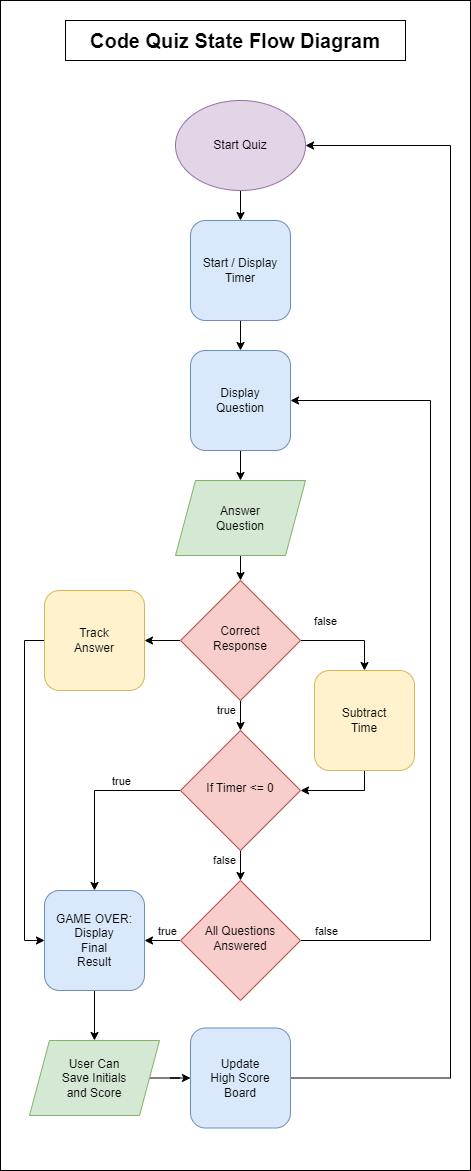
Above: Assets/img/Code Quiz State Diagram v3.png in naturuplift/CodeQuiz (draw.io), before the change. Source tidied: cells renumbered, new cells last; positions are measured from the earlier drawing's top-left corner, leaving out a move shared by most shapes.
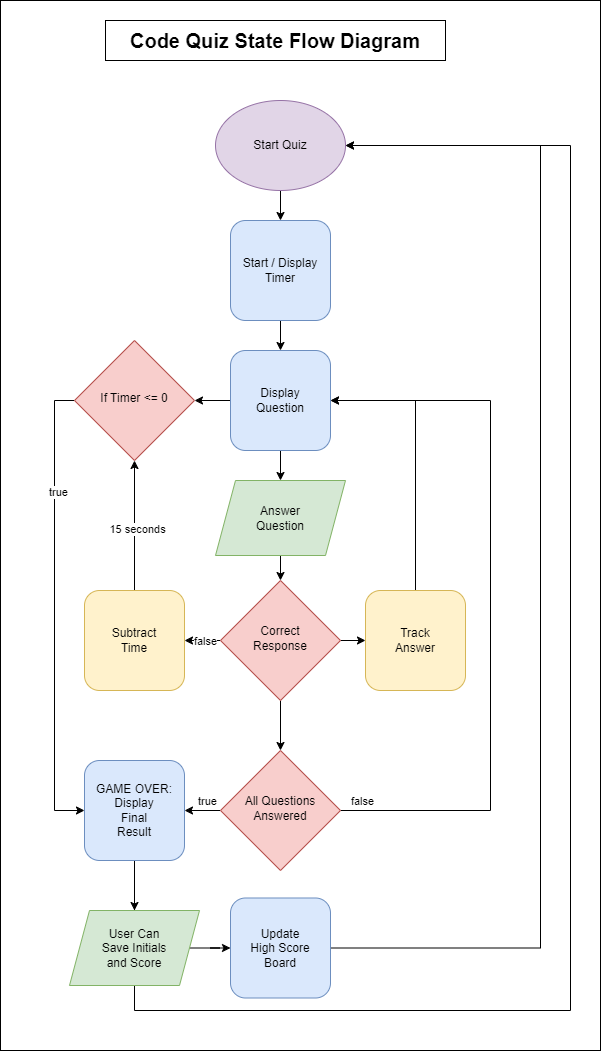
After the commit.

What changed in the source:
```diff
@@ -3,30 +3,23 @@
     <mxCell id="0" />
     <mxCell id="1" parent="0" />
     <mxCell id="2" style="rounded=0;whiteSpace=wrap;html=1;" parent="1" vertex="1">
-      <mxGeometry width="470" height="1170" as="geometry" />
+      <mxGeometry x="-40" width="600" height="1050" as="geometry" />
     </mxCell>
     <mxCell id="3" style="edgeStyle=orthogonalEdgeStyle;rounded=0;jettySize=auto;html=1;exitX=0.5;exitY=1;exitDx=0;exitDy=0;entryX=0.5;entryY=0;entryDx=0;entryDy=0;" parent="1" edge="1" source="29" target="28">
       <mxGeometry relative="1" as="geometry" />
     </mxCell>
-    <mxCell id="4" style="edgeStyle=orthogonalEdgeStyle;rounded=0;jettySize=auto;html=1;exitX=1;exitY=0.5;exitDx=0;exitDy=0;entryX=0.5;entryY=0;entryDx=0;entryDy=0;" parent="1" edge="1" source="9" target="21">
+    <mxCell id="4" style="edgeStyle=orthogonalEdgeStyle;rounded=0;jettySize=auto;html=1;exitX=0;exitY=0.5;exitDx=0;exitDy=0;entryX=1;entryY=0.5;entryDx=0;entryDy=0;" parent="1" edge="1" source="9" target="21">
       <mxGeometry relative="1" as="geometry" />
     </mxCell>
-    <mxCell id="5" value="false" style="edgeLabel;html=1;align=center;verticalAlign=middle;" parent="4" vertex="1">
-      <mxGeometry x="-0.27" relative="1" as="geometry">
-        <mxPoint x="-10" y="-20" as="offset" />
-      </mxGeometry>
-    </mxCell>
-    <mxCell id="6" style="edgeStyle=orthogonalEdgeStyle;rounded=0;jettySize=auto;html=1;exitX=0.5;exitY=1;exitDx=0;exitDy=0;entryX=0.5;entryY=0;entryDx=0;entryDy=0;" parent="1" edge="1" source="9" target="19">
-      <mxGeometry relative="1" as="geometry" />
-    </mxCell>
-    <mxCell id="7" value="true" style="edgeLabel;html=1;align=center;verticalAlign=middle;" parent="6" vertex="1">
-      <mxGeometry x="-0.2" y="-1" relative="1" as="geometry">
-        <mxPoint x="-14" y="-3" as="offset" />
-      </mxGeometry>
-    </mxCell>
+    <mxCell id="38" value="false" style="edgeLabel;html=1;align=center;verticalAlign=middle;" parent="4" vertex="1">
+      <mxGeometry x="-0.11" relative="1" as="geometry" />
+    </mxCell>
-    <mxCell id="8" style="edgeStyle=orthogonalEdgeStyle;rounded=0;jettySize=auto;html=1;exitX=0;exitY=0.5;exitDx=0;exitDy=0;entryX=1;entryY=0.5;entryDx=0;entryDy=0;" parent="1" edge="1" source="9" target="35">
+    <mxCell id="8" style="edgeStyle=orthogonalEdgeStyle;rounded=0;jettySize=auto;html=1;exitX=1;exitY=0.5;exitDx=0;exitDy=0;entryX=0;entryY=0.5;entryDx=0;entryDy=0;" parent="1" edge="1" source="9" target="35">
       <mxGeometry relative="1" as="geometry" />
     </mxCell>
+    <mxCell id="39" style="edgeStyle=orthogonalEdgeStyle;rounded=0;jettySize=auto;html=1;exitX=0.5;exitY=1;exitDx=0;exitDy=0;entryX=0.5;entryY=0;entryDx=0;entryDy=0;" parent="1" edge="1" source="9" target="14">
+      <mxGeometry relative="1" as="geometry" />
+    </mxCell>
     <mxCell id="9" value="Correct&lt;br&gt;Response" style="rhombus;whiteSpace=wrap;html=1;shadow=0;fontFamily=Helvetica;fontSize=12;align=center;strokeWidth=1;spacing=6;spacingTop=-4;fillColor=#f8cecc;strokeColor=#b85450;" parent="1" vertex="1">
       <mxGeometry x="180" y="580" width="120" height="120" as="geometry" />
     </mxCell>
@@ -41,8 +34,8 @@
     <mxCell id="12" style="edgeStyle=orthogonalEdgeStyle;rounded=0;jettySize=auto;html=1;exitX=1;exitY=0.5;exitDx=0;exitDy=0;entryX=1;entryY=0.5;entryDx=0;entryDy=0;" parent="1" edge="1" source="14" target="23">
       <mxGeometry relative="1" as="geometry">
         <Array as="points">
-          <mxPoint x="430" y="940" />
-          <mxPoint x="430" y="400" />
+          <mxPoint x="450" y="810" />
+          <mxPoint x="450" y="400" />
         </Array>
       </mxGeometry>
     </mxCell>
@@ -52,44 +45,49 @@
       </mxGeometry>
     </mxCell>
     <mxCell id="14" value="All Questions&lt;br&gt;Answered" style="rhombus;whiteSpace=wrap;html=1;shadow=0;fontFamily=Helvetica;fontSize=12;align=center;strokeWidth=1;spacing=6;spacingTop=-4;fillColor=#f8cecc;strokeColor=#b85450;" parent="1" vertex="1">
-      <mxGeometry x="180" y="880" width="120" height="120" as="geometry" />
+      <mxGeometry x="180" y="750" width="120" height="120" as="geometry" />
     </mxCell>
-    <mxCell id="15" style="edgeStyle=orthogonalEdgeStyle;rounded=0;jettySize=auto;html=1;exitX=0.5;exitY=1;exitDx=0;exitDy=0;entryX=0.5;entryY=0;entryDx=0;entryDy=0;" parent="1" edge="1" source="19" target="14">
-      <mxGeometry relative="1" as="geometry" />
-    </mxCell>
-    <mxCell id="16" value="false" style="edgeLabel;html=1;align=center;verticalAlign=middle;" parent="15" vertex="1">
-      <mxGeometry relative="1" as="geometry">
-        <mxPoint x="-17" y="-6" as="offset" />
-      </mxGeometry>
-    </mxCell>
-    <mxCell id="17" style="edgeStyle=orthogonalEdgeStyle;rounded=0;jettySize=auto;html=1;exitX=0;exitY=0.5;exitDx=0;exitDy=0;entryX=0.5;entryY=0;entryDx=0;entryDy=0;" parent="1" edge="1" source="19" target="25">
+    <mxCell id="17" style="edgeStyle=orthogonalEdgeStyle;rounded=0;jettySize=auto;html=1;exitX=0;exitY=0.5;exitDx=0;exitDy=0;entryX=0;entryY=0.5;entryDx=0;entryDy=0;" parent="1" edge="1" source="19" target="25">
       <mxGeometry relative="1" as="geometry" />
     </mxCell>
-    <mxCell id="18" value="true" style="edgeLabel;html=1;align=center;verticalAlign=middle;" parent="17" vertex="1">
-      <mxGeometry x="0.03" y="-1" relative="1" as="geometry">
-        <mxPoint x="27" y="-20" as="offset" />
-      </mxGeometry>
-    </mxCell>
+    <mxCell id="40" value="true" style="edgeLabel;html=1;align=center;verticalAlign=middle;" parent="17" vertex="1">
+      <mxGeometry x="-0.52" y="3" relative="1" as="geometry" />
+    </mxCell>
     <mxCell id="19" value="If Timer &amp;lt;= 0" style="rhombus;whiteSpace=wrap;html=1;shadow=0;fontFamily=Helvetica;fontSize=12;align=center;strokeWidth=1;spacing=6;spacingTop=-4;fillColor=#f8cecc;strokeColor=#b85450;" parent="1" vertex="1">
-      <mxGeometry x="180" y="730" width="120" height="120" as="geometry" />
+      <mxGeometry x="34" y="340" width="120" height="120" as="geometry" />
     </mxCell>
-    <mxCell id="20" style="edgeStyle=orthogonalEdgeStyle;rounded=0;jettySize=auto;html=1;exitX=0.5;exitY=1;exitDx=0;exitDy=0;entryX=1;entryY=0.5;entryDx=0;entryDy=0;" parent="1" edge="1" source="21" target="19">
+    <mxCell id="20" style="edgeStyle=orthogonalEdgeStyle;rounded=0;jettySize=auto;html=1;exitX=0.5;exitY=0;exitDx=0;exitDy=0;entryX=0.5;entryY=1;entryDx=0;entryDy=0;" parent="1" edge="1" source="21" target="19">
       <mxGeometry relative="1" as="geometry" />
     </mxCell>
+    <mxCell id="41" value="15 seconds" style="edgeLabel;html=1;align=center;verticalAlign=middle;" parent="20" vertex="1">
+      <mxGeometry x="-0.05" y="-2" relative="1" as="geometry" />
+    </mxCell>
     <mxCell id="21" value="Subtract&lt;br&gt;Time" style="rounded=1;whiteSpace=wrap;html=1;fontSize=12;glass=0;strokeWidth=1;shadow=0;fillColor=#fff2cc;strokeColor=#d6b656;" parent="1" vertex="1">
-      <mxGeometry x="314" y="670" width="100" height="100" as="geometry" />
+      <mxGeometry x="44" y="590" width="100" height="100" as="geometry" />
     </mxCell>
     <mxCell id="22" style="edgeStyle=orthogonalEdgeStyle;rounded=0;jettySize=auto;html=1;exitX=0.5;exitY=1;exitDx=0;exitDy=0;entryX=0.5;entryY=0;entryDx=0;entryDy=0;" parent="1" edge="1" source="23" target="31">
       <mxGeometry relative="1" as="geometry" />
     </mxCell>
+    <mxCell id="42" style="edgeStyle=orthogonalEdgeStyle;rounded=0;jettySize=auto;html=1;exitX=0;exitY=0.5;exitDx=0;exitDy=0;entryX=1;entryY=0.5;entryDx=0;entryDy=0;" parent="1" edge="1" source="23" target="19">
+      <mxGeometry relative="1" as="geometry" />
+    </mxCell>
     <mxCell id="23" value="Display&lt;br&gt;Question" style="rounded=1;whiteSpace=wrap;html=1;fontSize=12;glass=0;strokeWidth=1;shadow=0;fillColor=#dae8fc;strokeColor=#6c8ebf;" parent="1" vertex="1">
       <mxGeometry x="190" y="350" width="100" height="100" as="geometry" />
     </mxCell>
     <mxCell id="24" style="edgeStyle=orthogonalEdgeStyle;rounded=0;jettySize=auto;html=1;exitX=0.5;exitY=1;exitDx=0;exitDy=0;entryX=0.5;entryY=0;entryDx=0;entryDy=0;" parent="1" edge="1" source="25" target="33">
       <mxGeometry relative="1" as="geometry" />
     </mxCell>
+    <mxCell id="43" style="edgeStyle=orthogonalEdgeStyle;rounded=0;jettySize=auto;html=1;exitX=0.5;exitY=1;exitDx=0;exitDy=0;entryX=1;entryY=0.5;entryDx=0;entryDy=0;" parent="1" edge="1" source="25" target="29">
+      <mxGeometry relative="1" as="geometry">
+        <Array as="points">
+          <mxPoint x="94" y="1010" />
+          <mxPoint x="530" y="1010" />
+          <mxPoint x="530" y="145" />
+        </Array>
+      </mxGeometry>
+    </mxCell>
     <mxCell id="25" value="GAME OVER:&lt;br&gt;Display&lt;br&gt;Final&lt;br&gt;Result" style="rounded=1;whiteSpace=wrap;html=1;fontSize=12;glass=0;strokeWidth=1;shadow=0;fillColor=#dae8fc;strokeColor=#6c8ebf;" parent="1" vertex="1">
-      <mxGeometry x="44" y="890" width="100" height="100" as="geometry" />
+      <mxGeometry x="44" y="760" width="100" height="100" as="geometry" />
     </mxCell>
     <mxCell id="26" value="&lt;b&gt;&lt;font style=&quot;font-size: 20px;&quot;&gt;Code Quiz State Flow Diagram&lt;/font&gt;&lt;/b&gt;" style="rounded=0;whiteSpace=wrap;html=1;" parent="1" vertex="1">
       <mxGeometry x="65" y="20" width="340" height="40" as="geometry" />
@@ -113,24 +111,24 @@
       <mxGeometry relative="1" as="geometry" />
     </mxCell>
     <mxCell id="33" value="User Can&lt;br&gt;Save Initials&lt;br&gt;and Score" style="shape=parallelogram;perimeter=parallelogramPerimeter;whiteSpace=wrap;html=1;fixedSize=1;fillColor=#d5e8d4;strokeColor=#82b366;" parent="1" vertex="1">
-      <mxGeometry x="29" y="1040" width="130" height="75" as="geometry" />
+      <mxGeometry x="29" y="910" width="130" height="75" as="geometry" />
     </mxCell>
-    <mxCell id="34" style="edgeStyle=orthogonalEdgeStyle;rounded=0;jettySize=auto;html=1;exitX=0;exitY=0.5;exitDx=0;exitDy=0;entryX=0;entryY=0.5;entryDx=0;entryDy=0;" parent="1" edge="1" source="35" target="25">
-      <mxGeometry relative="1" as="geometry" />
-    </mxCell>
+    <mxCell id="44" style="edgeStyle=orthogonalEdgeStyle;rounded=0;jettySize=auto;html=1;exitX=0.5;exitY=0;exitDx=0;exitDy=0;entryX=1;entryY=0.5;entryDx=0;entryDy=0;" parent="1" edge="1" source="35" target="23">
+      <mxGeometry relative="1" as="geometry" />
+    </mxCell>
     <mxCell id="35" value="Track&lt;br&gt;Answer" style="rounded=1;whiteSpace=wrap;html=1;fontSize=12;glass=0;strokeWidth=1;shadow=0;fillColor=#fff2cc;strokeColor=#d6b656;" parent="1" vertex="1">
-      <mxGeometry x="44" y="590" width="100" height="100" as="geometry" />
+      <mxGeometry x="325" y="590" width="100" height="100" as="geometry" />
     </mxCell>
     <mxCell id="36" style="edgeStyle=orthogonalEdgeStyle;rounded=0;jettySize=auto;html=1;exitX=1;exitY=0.5;exitDx=0;exitDy=0;entryX=1;entryY=0.5;entryDx=0;entryDy=0;" parent="1" edge="1" source="37" target="29">
       <mxGeometry relative="1" as="geometry">
         <Array as="points">
-          <mxPoint x="450" y="1078" />
-          <mxPoint x="450" y="145" />
+          <mxPoint x="500" y="948" />
+          <mxPoint x="500" y="145" />
         </Array>
       </mxGeometry>
     </mxCell>
     <mxCell id="37" value="Update&lt;br&gt;High Score&lt;br&gt;Board" style="rounded=1;whiteSpace=wrap;html=1;fontSize=12;glass=0;strokeWidth=1;shadow=0;fillColor=#dae8fc;strokeColor=#6c8ebf;" parent="1" vertex="1">
-      <mxGeometry x="190" y="1027.5" width="100" height="100" as="geometry" />
+      <mxGeometry x="190" y="897.5" width="100" height="100" as="geometry" />
     </mxCell>
   </root>
 </mxGraphModel>
```
